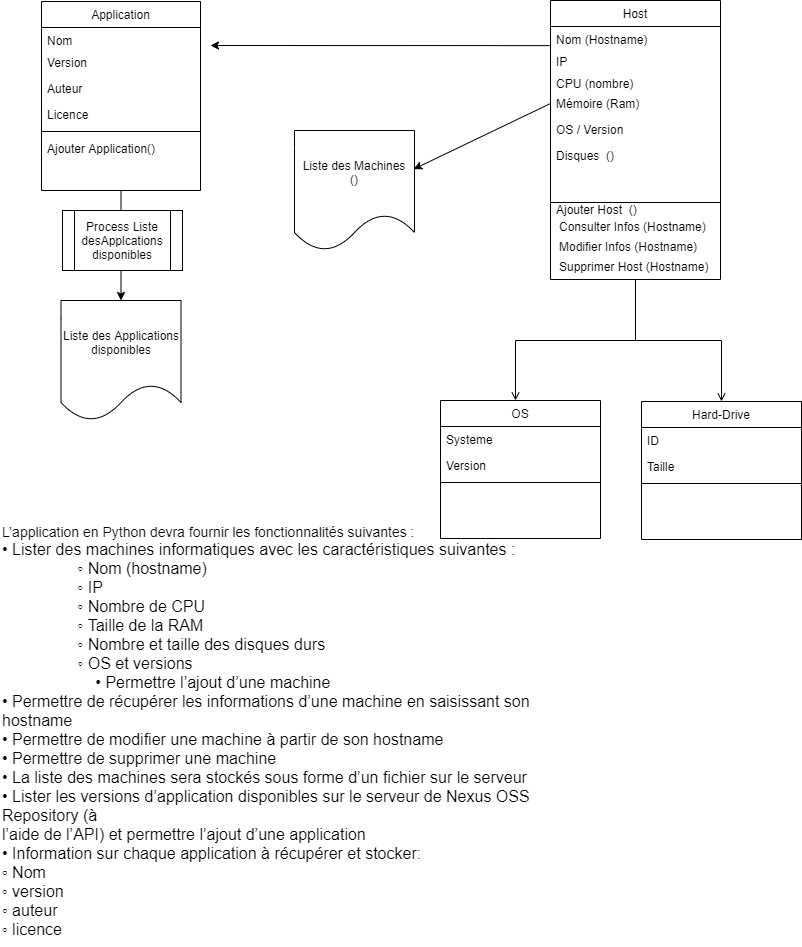
This is UML/PYTHON_JENKINS_UML_01.png from houssembenali/IB_TP_PYTHON, a draw.io export, as it was before one commit. Source tidied: cells renumbered, new cells last; positions are measured from the earlier drawing's top-left corner, leaving out a move shared by most shapes.
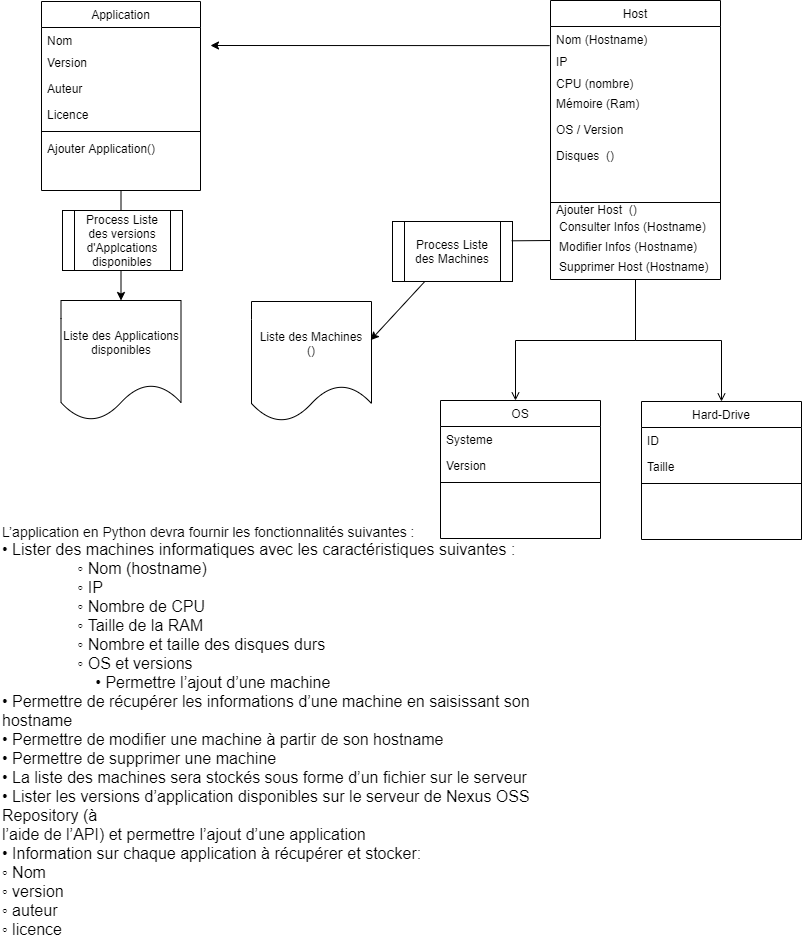
The same file after the commit.

What changed in the source:
```diff
@@ -104,19 +104,27 @@
       </mxGeometry>
     </mxCell>
     <mxCell id="33" value="Liste des Machines&lt;br&gt;()" style="shape=document;whiteSpace=wrap;html=1;boundedLbl=1;" parent="1" vertex="1">
-      <mxGeometry x="294" y="130" width="120" height="120" as="geometry" />
+      <mxGeometry x="251" y="301" width="120" height="120" as="geometry" />
     </mxCell>
-    <mxCell id="34" value="Process Liste desApplcations disponibles" style="shape=process;whiteSpace=wrap;html=1;backgroundOutline=1;" parent="1" vertex="1">
+    <mxCell id="34" value="Process Liste des versions d'Applcations disponibles" style="shape=process;whiteSpace=wrap;html=1;backgroundOutline=1;" parent="1" vertex="1">
       <mxGeometry x="62" y="210" width="120" height="60" as="geometry" />
     </mxCell>
     <mxCell id="35" value="Liste des Applications disponibles" style="shape=document;whiteSpace=wrap;html=1;boundedLbl=1;" parent="1" vertex="1">
       <mxGeometry x="60.5" y="300" width="120" height="120" as="geometry" />
     </mxCell>
-    <mxCell id="36" style="endArrow=classic;html=1;exitX=0;exitY=0.5;exitDx=0;exitDy=0;entryX=0.993;entryY=0.322;entryDx=0;entryDy=0;entryPerimeter=0;" parent="1" edge="1" source="6" target="33">
+    <mxCell id="36" style="endArrow=classic;html=1;entryX=0.993;entryY=0.322;entryDx=0;entryDy=0;entryPerimeter=0;startArrow=none;" parent="1" edge="1" source="38" target="33">
       <mxGeometry relative="1" as="geometry" />
     </mxCell>
     <mxCell id="37" value="Ajouter Host  () " style="text;align=left;verticalAlign=top;spacingLeft=4;spacingRight=4;overflow=hidden;" parent="1" vertex="1">
       <mxGeometry x="550" y="196" width="170" height="26" as="geometry" />
     </mxCell>
+    <mxCell id="38" value="Process Liste des Machines" style="shape=process;whiteSpace=wrap;html=1;backgroundOutline=1;" parent="1" vertex="1">
+      <mxGeometry x="392" y="221" width="120" height="60" as="geometry" />
+    </mxCell>
+    <mxCell id="39" style="endArrow=none;html=1;entryX=0.993;entryY=0.322;entryDx=0;entryDy=0;entryPerimeter=0;" parent="1" edge="1" target="38">
+      <mxGeometry relative="1" as="geometry">
+        <mxPoint x="550" y="240" as="sourcePoint" />
+      </mxGeometry>
+    </mxCell>
   </root>
 </mxGraphModel>
```
